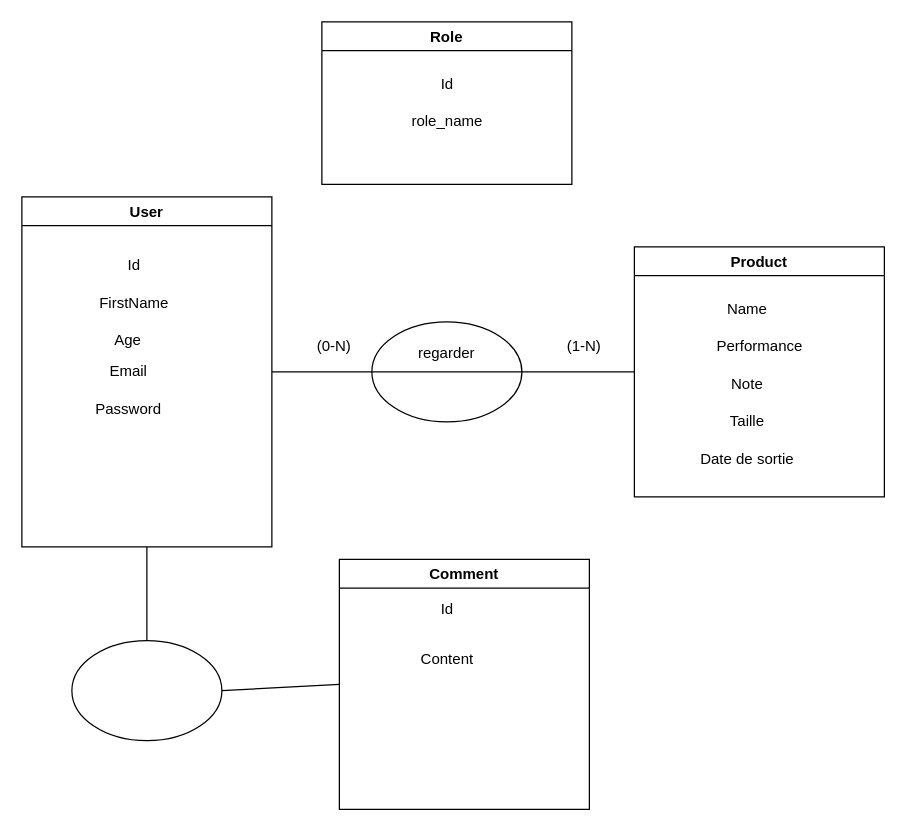
Earlier version of the draw.io diagram Asset/Untitled Diagram.drawio (devyosse/ProjetJury). Source tidied: cells renumbered, new cells numbered last; positions are measured from the earlier drawing's top-left corner, leaving out a move shared by most shapes. Both pictures are drawn from the tidied source at 125%, with x=0, y=0 at pixel (21, 21).
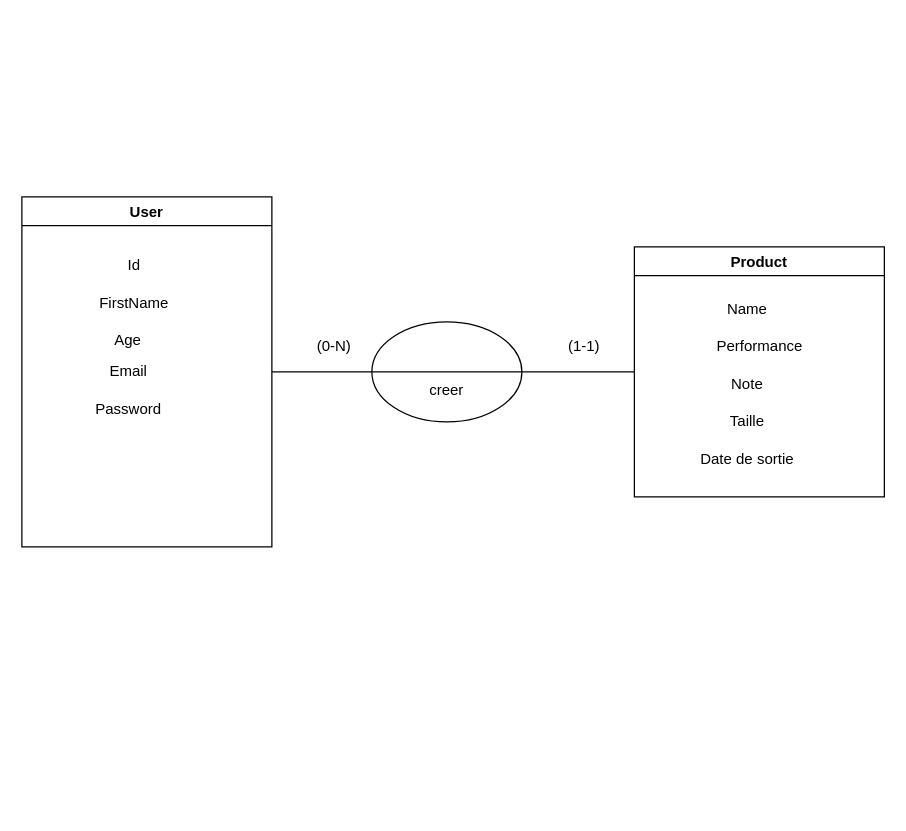
The same page after the edit.

The change refers to these unchanged cells:
```xml
<mxCell id="2" value="User" style="swimlane;" parent="1" vertex="1">
  <mxGeometry y="140" width="200" height="280" as="geometry" />
</mxCell>
```

Change to the diagram source:
```diff
@@
-    <mxCell id="16" value="Role" style="swimlane;" parent="1" vertex="1">
-      <mxGeometry x="240" width="200" height="130" as="geometry" />
-    </mxCell>
-    <mxCell id="17" value="role_name" style="text;html=1;align=center;verticalAlign=middle;strokeColor=none;fillColor=none;" parent="16" vertex="1">
-      <mxGeometry x="60" y="70" width="80" height="20" as="geometry" />
-    </mxCell>
-    <mxCell id="18" value="Id" style="text;html=1;align=center;verticalAlign=middle;strokeColor=none;fillColor=none;" parent="16" vertex="1">
-      <mxGeometry x="85" y="40" width="30" height="20" as="geometry" />
-    </mxCell>
-    <mxCell id="19" value="Comment" style="swimlane;" parent="1" vertex="1">
-      <mxGeometry x="254" y="430" width="200" height="200" as="geometry" />
-    </mxCell>
-    <mxCell id="20" value="Content" style="text;html=1;align=center;verticalAlign=middle;strokeColor=none;fillColor=none;" parent="19" vertex="1">
-      <mxGeometry x="56" y="70" width="60" height="20" as="geometry" />
-    </mxCell>
-    <mxCell id="21" value="Id" style="text;html=1;align=center;verticalAlign=middle;strokeColor=none;fillColor=none;" parent="1" vertex="1">
-      <mxGeometry x="325" y="460" width="30" height="20" as="geometry" />
-    </mxCell>
@@
-    <mxCell id="23" value="(1-N)" style="text;html=1;strokeColor=none;fillColor=none;align=center;verticalAlign=middle;whiteSpace=wrap;rounded=0;" parent="1" vertex="1">
+    <mxCell id="23" value="&lt;div&gt;(1-1)&lt;/div&gt;" style="text;html=1;strokeColor=none;fillColor=none;align=center;verticalAlign=middle;whiteSpace=wrap;rounded=0;" parent="1" vertex="1">
       <mxGeometry x="420" y="245" width="60" height="30" as="geometry" />
     </mxCell>
-    <mxCell id="24" value="regarder" style="text;html=1;strokeColor=none;fillColor=none;align=center;verticalAlign=middle;whiteSpace=wrap;rounded=0;" parent="1" vertex="1">
-      <mxGeometry x="310" y="250" width="60" height="30" as="geometry" />
-    </mxCell>
-    <mxCell id="25" style="ellipse;whiteSpace=wrap;html=1;" parent="1" vertex="1">
-      <mxGeometry x="40" y="495" width="120" height="80" as="geometry" />
-    </mxCell>
-    <mxCell id="26" style="endArrow=none;html=1;rounded=0;entryX=0.5;entryY=1;entryDx=0;entryDy=0;" parent="1" edge="1" source="25" target="2">
-      <mxGeometry relative="1" as="geometry" />
-    </mxCell>
-    <mxCell id="27" style="endArrow=none;html=1;rounded=0;exitX=1;exitY=0.5;exitDx=0;exitDy=0;entryX=0;entryY=0.5;entryDx=0;entryDy=0;" parent="1" edge="1" source="25" target="19">
-      <mxGeometry relative="1" as="geometry" />
-    </mxCell>
+    <mxCell id="28" value="creer" style="text;html=1;strokeColor=none;fillColor=none;align=center;verticalAlign=middle;whiteSpace=wrap;rounded=0;" parent="1" vertex="1">
+      <mxGeometry x="310" y="280" width="60" height="30" as="geometry" />
+    </mxCell>
```
